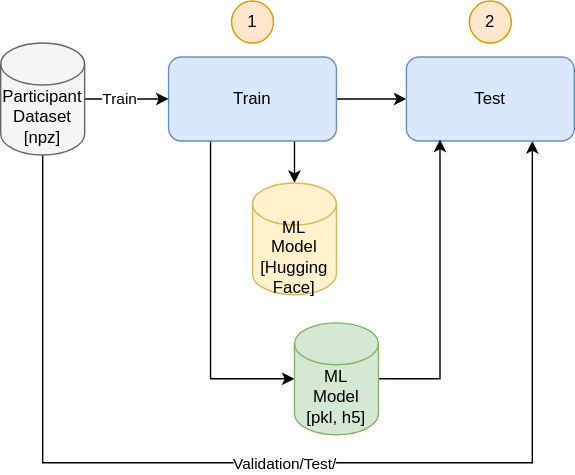
This is section2/assets/images/train-pipeline.svg from SiMuR-UO/uniovi-simur-wearablepermed-wiki, a draw.io export, as it was before one commit. Source tidied: cells renumbered, new cells last; positions are measured from the earlier drawing's top-left corner, leaving out a move shared by most shapes.
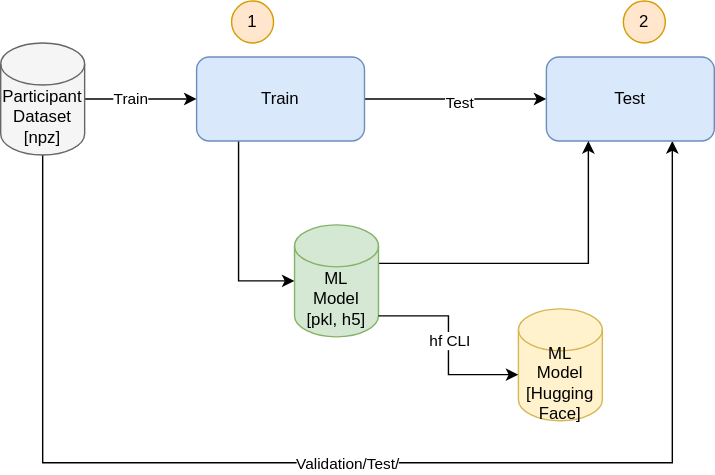
Above is the later version.

Change to the diagram source:
```diff
@@ -5,14 +5,14 @@
     <mxCell id="2" style="edgeStyle=orthogonalEdgeStyle;rounded=0;jettySize=auto;html=1;exitX=0.25;exitY=1;exitDx=0;exitDy=0;entryX=0;entryY=0.5;entryDx=0;entryDy=0;entryPerimeter=0;" parent="1" edge="1" source="5" target="13">
       <mxGeometry relative="1" as="geometry" />
     </mxCell>
-    <mxCell id="3" style="edgeStyle=orthogonalEdgeStyle;rounded=0;jettySize=auto;html=1;exitX=0.75;exitY=1;exitDx=0;exitDy=0;" parent="1" edge="1" source="5" target="16">
-      <mxGeometry relative="1" as="geometry" />
-    </mxCell>
     <mxCell id="4" style="edgeStyle=orthogonalEdgeStyle;rounded=0;jettySize=auto;html=1;entryX=0;entryY=0.5;entryDx=0;entryDy=0;" parent="1" edge="1" source="5" target="11">
       <mxGeometry relative="1" as="geometry" />
     </mxCell>
+    <mxCell id="17" value="Test" style="edgeLabel;html=1;align=center;verticalAlign=middle;" parent="4" vertex="1">
+      <mxGeometry x="0.03" y="-2" relative="1" as="geometry" />
+    </mxCell>
     <mxCell id="5" value="Train" style="rounded=1;whiteSpace=wrap;html=1;fillColor=#dae8fc;strokeColor=#6c8ebf;" parent="1" vertex="1">
-      <mxGeometry x="120" y="40" width="120" height="60" as="geometry" />
+      <mxGeometry x="140" y="40" width="120" height="60" as="geometry" />
     </mxCell>
     <mxCell id="6" style="edgeStyle=orthogonalEdgeStyle;rounded=0;jettySize=auto;html=1;" parent="1" edge="1" source="10" target="5">
       <mxGeometry relative="1" as="geometry" />
@@ -24,7 +24,8 @@
       <mxGeometry relative="1" as="geometry">
         <Array as="points">
           <mxPoint x="30" y="330" />
-          <mxPoint x="380" y="330" />
+          <mxPoint x="480" y="330" />
+          <mxPoint x="480" y="100" />
         </Array>
       </mxGeometry>
     </mxCell>
@@ -37,22 +38,30 @@
       <mxGeometry y="30" width="60" height="80" as="geometry" />
     </mxCell>
     <mxCell id="11" value="Test" style="rounded=1;whiteSpace=wrap;html=1;fillColor=#dae8fc;strokeColor=#6c8ebf;" parent="1" vertex="1">
-      <mxGeometry x="290" y="40" width="120" height="60" as="geometry" />
+      <mxGeometry x="390" y="40" width="120" height="60" as="geometry" />
     </mxCell>
-    <mxCell id="12" style="edgeStyle=orthogonalEdgeStyle;rounded=0;jettySize=auto;html=1;entryX=0.2;entryY=0.983;entryDx=0;entryDy=0;entryPerimeter=0;" parent="1" edge="1" source="13" target="11">
+    <mxCell id="12" style="edgeStyle=orthogonalEdgeStyle;rounded=0;jettySize=auto;html=1;exitX=1;exitY=0;exitDx=0;exitDy=27.5;exitPerimeter=0;entryX=0.25;entryY=1;entryDx=0;entryDy=0;" parent="1" edge="1" source="13" target="11">
       <mxGeometry relative="1" as="geometry" />
     </mxCell>
     <mxCell id="13" value="ML&lt;div&gt;Model&lt;/div&gt;&lt;div&gt;[pkl, h5]&lt;/div&gt;" style="shape=cylinder3;whiteSpace=wrap;html=1;boundedLbl=1;backgroundOutline=1;size=15;fillColor=#d5e8d4;strokeColor=#82b366;" parent="1" vertex="1">
-      <mxGeometry x="210" y="230" width="60" height="80" as="geometry" />
+      <mxGeometry x="210" y="160" width="60" height="80" as="geometry" />
     </mxCell>
     <mxCell id="14" value="1" style="ellipse;whiteSpace=wrap;html=1;fillColor=#ffe6cc;strokeColor=#d79b00;" parent="1" vertex="1">
       <mxGeometry x="165" width="30" height="30" as="geometry" />
     </mxCell>
     <mxCell id="15" value="2" style="ellipse;whiteSpace=wrap;html=1;fillColor=#ffe6cc;strokeColor=#d79b00;" parent="1" vertex="1">
-      <mxGeometry x="335" width="30" height="30" as="geometry" />
+      <mxGeometry x="445" width="30" height="30" as="geometry" />
     </mxCell>
     <mxCell id="16" value="ML&lt;div&gt;Model&lt;/div&gt;&lt;div&gt;[Hugging Face]&lt;/div&gt;" style="shape=cylinder3;whiteSpace=wrap;html=1;boundedLbl=1;backgroundOutline=1;size=15;fillColor=#fff2cc;strokeColor=#d6b656;" parent="1" vertex="1">
-      <mxGeometry x="180" y="130" width="60" height="80" as="geometry" />
+      <mxGeometry x="370" y="220" width="60" height="80" as="geometry" />
     </mxCell>
+    <mxCell id="18" style="edgeStyle=orthogonalEdgeStyle;rounded=0;jettySize=auto;html=1;exitX=1;exitY=1;exitDx=0;exitDy=-15;exitPerimeter=0;entryX=0;entryY=0.588;entryDx=0;entryDy=0;entryPerimeter=0;" parent="1" edge="1" source="13" target="16">
+      <mxGeometry relative="1" as="geometry" />
+    </mxCell>
+    <mxCell id="19" value="hf CLI" style="edgeLabel;html=1;align=center;verticalAlign=middle;" parent="18" vertex="1">
+      <mxGeometry x="-0.07" relative="1" as="geometry">
+        <mxPoint y="1" as="offset" />
+      </mxGeometry>
+    </mxCell>
   </root>
 </mxGraphModel>
```
